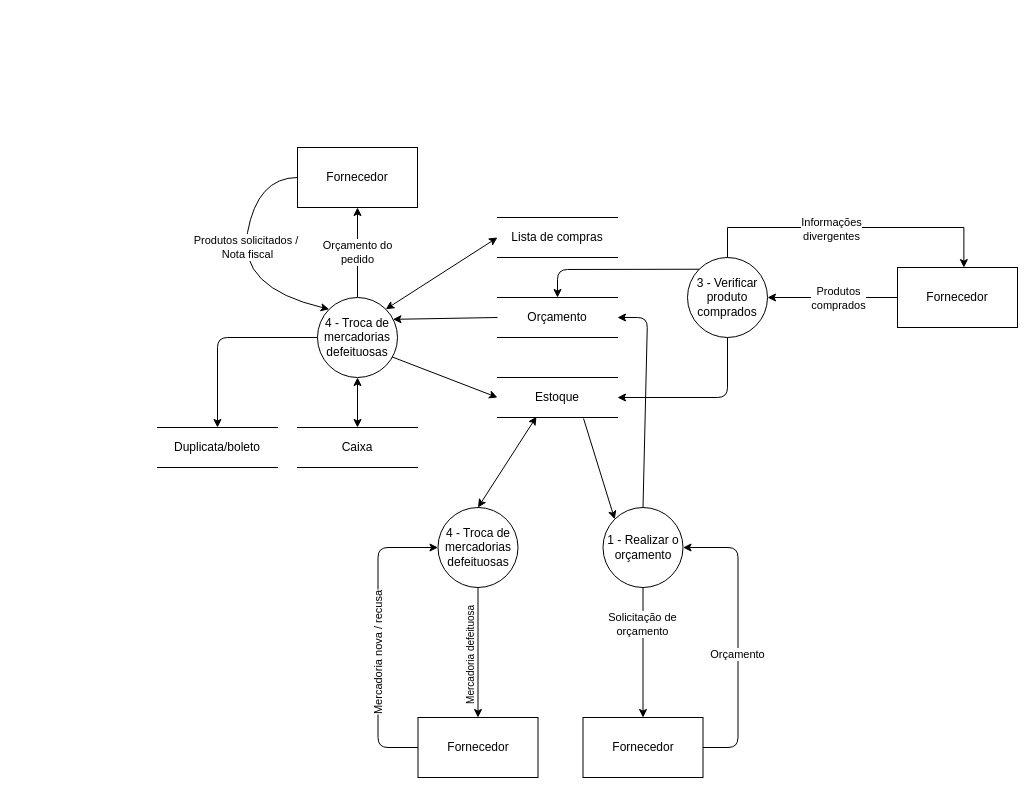
Before: docs/ARTEFATOS(15-23)/COMPRAS/COMPRAR_PRODUTOS/DFD_COMPRAR_PRODUTOS.drawio in Darienzo08/ope_ads, a draw.io diagram. Source tidied: cells renumbered, new cells numbered last; positions are measured from the earlier drawing's top-left corner, leaving out a move shared by most shapes. Both pictures are drawn from the tidied source at 100%, with x=0, y=0 at pixel (157, 147).
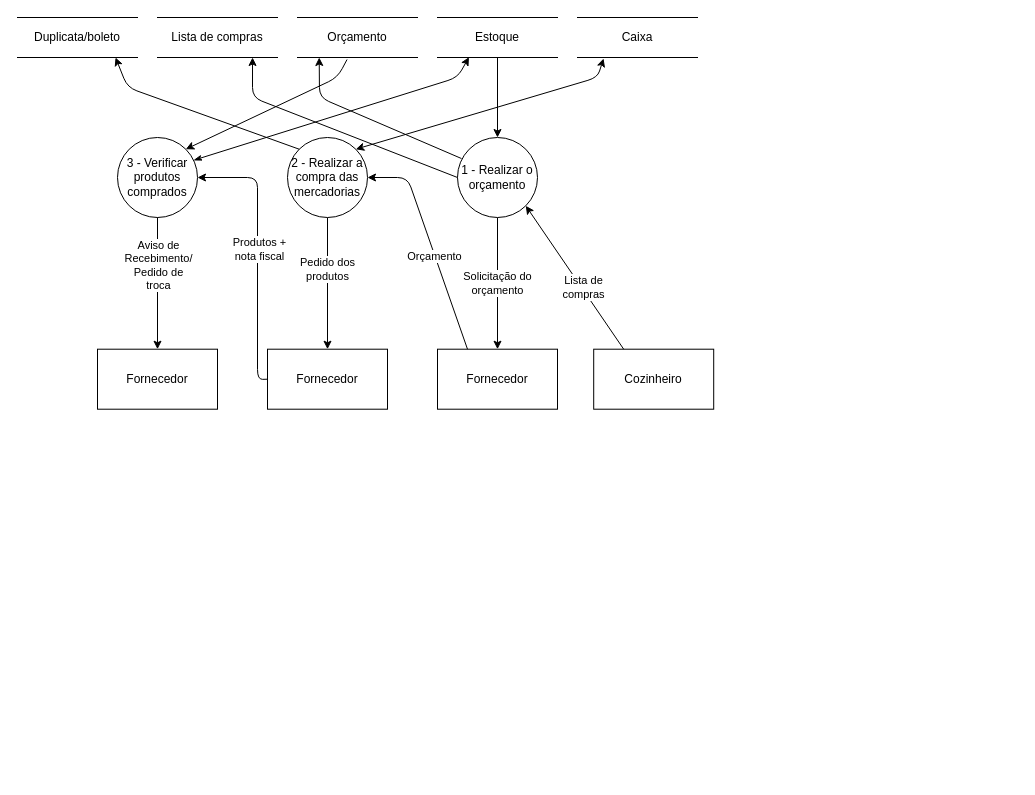
The same diagram, later.

Commit message (it also covers changes not shown here):
alteracao dfd e analise de eventos comprar produtos

Diff of the diagram source:
```diff
@@
-    <mxCell id="2" value="4 - Troca de mercadorias defeituosas" style="ellipse;whiteSpace=wrap;html=1;" parent="1" vertex="1">
-      <mxGeometry x="280.5" y="360" width="80" height="80" as="geometry" />
-    </mxCell>
+    <mxCell id="25" value="Lista de compras" style="shape=partialRectangle;whiteSpace=wrap;html=1;left=0;right=0;fillColor=none;" parent="1" vertex="1">
+      <mxGeometry y="-130" width="120" height="40" as="geometry" />
+    </mxCell>
+    <mxCell id="24" value="Orçamento" style="shape=partialRectangle;whiteSpace=wrap;html=1;left=0;right=0;fillColor=none;" parent="1" vertex="1">
+      <mxGeometry x="140" y="-130" width="120" height="40" as="geometry" />
+    </mxCell>
+    <mxCell id="22" style="edgeStyle=orthogonalEdgeStyle;rounded=0;jettySize=auto;html=1;" parent="1" edge="1" source="3" target="11">
+      <mxGeometry relative="1" as="geometry" />
+    </mxCell>
     <mxCell id="3" value="Estoque" style="shape=partialRectangle;whiteSpace=wrap;html=1;left=0;right=0;fillColor=none;" parent="1" vertex="1">
-      <mxGeometry x="340" y="230" width="120" height="40" as="geometry" />
+      <mxGeometry x="280" y="-130" width="120" height="40" as="geometry" />
     </mxCell>
-    <mxCell id="4" style="edgeStyle=orthogonalEdgeStyle;rounded=0;jettySize=auto;html=1;startArrow=classic;startFill=1;endArrow=none;endFill=0;entryX=0.5;entryY=1;entryDx=0;entryDy=0;" parent="1" edge="1" source="5" target="2">
-      <mxGeometry relative="1" as="geometry" />
-    </mxCell>
-    <mxCell id="5" value="Fornecedor" style="rounded=0;whiteSpace=wrap;html=1;" parent="1" vertex="1">
-      <mxGeometry x="260.5" y="570" width="120" height="60" as="geometry" />
-    </mxCell>
-    <mxCell id="6" value="Mercadoria defeituosa" style="text;html=1;strokeColor=none;fillColor=none;align=center;verticalAlign=middle;whiteSpace=wrap;rounded=0;rotation=-90;fontSize=10;" parent="1" vertex="1">
-      <mxGeometry x="260.5" y="490" width="105" height="35.8" as="geometry" />
-    </mxCell>
+    <mxCell id="8" value="Duplicata/boleto" style="shape=partialRectangle;whiteSpace=wrap;html=1;left=0;right=0;fillColor=none;" parent="1" vertex="1">
+      <mxGeometry x="-140" y="-130" width="120" height="40" as="geometry" />
+    </mxCell>
     <mxCell id="7" value="Caixa" style="shape=partialRectangle;whiteSpace=wrap;html=1;left=0;right=0;fillColor=none;" parent="1" vertex="1">
-      <mxGeometry x="140" y="280" width="120" height="40" as="geometry" />
+      <mxGeometry x="420" y="-130" width="120" height="40" as="geometry" />
     </mxCell>
-    <mxCell id="8" value="Duplicata/boleto" style="shape=partialRectangle;whiteSpace=wrap;html=1;left=0;right=0;fillColor=none;" parent="1" vertex="1">
-      <mxGeometry y="280" width="120" height="40" as="geometry" />
-    </mxCell>
-    <mxCell id="9" style="edgeStyle=orthogonalEdgeStyle;rounded=0;jettySize=auto;html=1;entryX=0.5;entryY=0;entryDx=0;entryDy=0;" parent="1" edge="1" source="11" target="19">
-      <mxGeometry relative="1" as="geometry" />
-    </mxCell>
-    <mxCell id="10" value="Solicitação de&lt;br&gt;orçamento" style="edgeLabel;html=1;align=center;verticalAlign=middle;" parent="9" vertex="1">
-      <mxGeometry x="-0.44" y="-1" relative="1" as="geometry" />
-    </mxCell>
+    <mxCell id="40" value="Solicitação do&lt;br&gt;orçamento" style="edgeStyle=orthogonalEdgeStyle;rounded=0;jettySize=auto;html=1;" parent="1" edge="1" source="11" target="45">
+      <mxGeometry relative="1" as="geometry" />
+    </mxCell>
     <mxCell id="11" value="1 - Realizar o&lt;br&gt;orçamento" style="ellipse;whiteSpace=wrap;html=1;" parent="1" vertex="1">
-      <mxGeometry x="445.5" y="360" width="80" height="80" as="geometry" />
+      <mxGeometry x="300" y="-10" width="80" height="80" as="geometry" />
     </mxCell>
-    <mxCell id="12" style="edgeStyle=orthogonalEdgeStyle;rounded=0;jettySize=auto;html=1;entryX=0.553;entryY=0.001;entryDx=0;entryDy=0;entryPerimeter=0;" parent="1" edge="1" source="14" target="28">
-      <mxGeometry relative="1" as="geometry">
-        <Array as="points">
-          <mxPoint x="570" y="80" />
-          <mxPoint x="806" y="80" />
-        </Array>
-      </mxGeometry>
-    </mxCell>
-    <mxCell id="13" value="Informações&lt;br&gt;divergentes" style="edgeLabel;html=1;align=center;verticalAlign=middle;" parent="12" vertex="1">
-      <mxGeometry x="-0.13" y="-1" relative="1" as="geometry" />
-    </mxCell>
-    <mxCell id="14" value="3 - Verificar&lt;br&gt;produto&lt;br&gt;comprados" style="ellipse;whiteSpace=wrap;html=1;" parent="1" vertex="1">
-      <mxGeometry x="530" y="110" width="80" height="80" as="geometry" />
-    </mxCell>
-    <mxCell id="15" value="Orçamento do&lt;br&gt;pedido" style="edgeStyle=orthogonalEdgeStyle;rounded=0;jettySize=auto;html=1;entryX=0.5;entryY=1;entryDx=0;entryDy=0;" parent="1" edge="1" source="17" target="18">
-      <mxGeometry relative="1" as="geometry" />
-    </mxCell>
-    <mxCell id="16" style="edgeStyle=orthogonalEdgeStyle;rounded=0;jettySize=auto;html=1;entryX=0.5;entryY=0;entryDx=0;entryDy=0;startArrow=classic;startFill=1;" parent="1" edge="1" source="17" target="7">
-      <mxGeometry relative="1" as="geometry" />
-    </mxCell>
-    <mxCell id="17" value="4 - Troca de mercadorias defeituosas" style="ellipse;whiteSpace=wrap;html=1;" parent="1" vertex="1">
-      <mxGeometry x="160" y="150" width="80" height="80" as="geometry" />
-    </mxCell>
-    <mxCell id="18" value="Fornecedor" style="rounded=0;whiteSpace=wrap;html=1;" parent="1" vertex="1">
-      <mxGeometry x="140" width="120" height="60" as="geometry" />
-    </mxCell>
-    <mxCell id="19" value="Fornecedor" style="rounded=0;whiteSpace=wrap;html=1;" parent="1" vertex="1">
-      <mxGeometry x="425.5" y="570" width="120" height="60" as="geometry" />
-    </mxCell>
-    <mxCell id="20" style="endArrow=classic;html=1;exitX=1;exitY=0.5;exitDx=0;exitDy=0;entryX=1;entryY=0.5;entryDx=0;entryDy=0;" parent="1" edge="1" source="19" target="11">
-      <mxGeometry relative="1" as="geometry">
-        <Array as="points">
-          <mxPoint x="580.5" y="600" />
-          <mxPoint x="580.5" y="400" />
-        </Array>
-      </mxGeometry>
-    </mxCell>
+    <mxCell id="41" value="Cozinheiro" style="rounded=0;whiteSpace=wrap;html=1;" parent="1" vertex="1">
+      <mxGeometry x="436.2" y="201.7" width="120" height="60" as="geometry" />
+    </mxCell>
+    <mxCell id="42" style="endArrow=classic;html=1;exitX=0.25;exitY=0;exitDx=0;exitDy=0;entryX=1;entryY=1;entryDx=0;entryDy=0;" parent="1" edge="1" source="41" target="11">
+      <mxGeometry relative="1" as="geometry" />
+    </mxCell>
+    <mxCell id="43" value="Lista de&lt;br&gt;compras" style="edgeLabel;html=1;align=center;verticalAlign=middle;" parent="42" vertex="1">
+      <mxGeometry x="0.26" y="1" relative="1" as="geometry">
+        <mxPoint x="21.6" y="26.9" as="offset" />
+      </mxGeometry>
+    </mxCell>
+    <mxCell id="44" style="endArrow=classic;html=1;entryX=0.792;entryY=1;entryDx=0;entryDy=0;entryPerimeter=0;exitX=0;exitY=0.5;exitDx=0;exitDy=0;" parent="1" edge="1" source="11" target="25">
+      <mxGeometry relative="1" as="geometry">
+        <Array as="points">
+          <mxPoint x="95" y="-50" />
+        </Array>
+      </mxGeometry>
+    </mxCell>
+    <mxCell id="37" style="endArrow=classic;html=1;entryX=0.181;entryY=1;entryDx=0;entryDy=0;entryPerimeter=0;exitX=0.05;exitY=0.263;exitDx=0;exitDy=0;exitPerimeter=0;" parent="1" edge="1" source="11" target="24">
+      <mxGeometry relative="1" as="geometry">
+        <Array as="points">
+          <mxPoint x="162" y="-50" />
+        </Array>
+      </mxGeometry>
+    </mxCell>
+    <mxCell id="45" value="Fornecedor" style="rounded=0;whiteSpace=wrap;html=1;" parent="1" vertex="1">
+      <mxGeometry x="280" y="201.7" width="120" height="60" as="geometry" />
+    </mxCell>
+    <mxCell id="46" style="endArrow=classic;html=1;entryX=1;entryY=0.5;entryDx=0;entryDy=0;exitX=0.25;exitY=0;exitDx=0;exitDy=0;" parent="1" edge="1" source="45" target="49">
+      <mxGeometry relative="1" as="geometry">
+        <Array as="points">
+          <mxPoint x="250" y="30" />
+          <mxPoint x="210" y="30" />
+        </Array>
+      </mxGeometry>
+    </mxCell>
-    <mxCell id="21" value="Orçamento" style="edgeLabel;html=1;align=center;verticalAlign=middle;" parent="20" vertex="1">
+    <mxCell id="21" value="Orçamento" style="edgeLabel;html=1;align=center;verticalAlign=middle;" parent="46" vertex="1">
       <mxGeometry x="-0.11" y="1" relative="1" as="geometry" />
     </mxCell>
-    <mxCell id="22" style="endArrow=classic;html=1;exitX=0.717;exitY=1.025;exitDx=0;exitDy=0;exitPerimeter=0;entryX=0;entryY=0;entryDx=0;entryDy=0;" parent="1" edge="1" source="3" target="11">
-      <mxGeometry relative="1" as="geometry" />
-    </mxCell>
-    <mxCell id="23" style="endArrow=classic;html=1;exitX=0.325;exitY=0.978;exitDx=0;exitDy=0;exitPerimeter=0;entryX=0.5;entryY=0;entryDx=0;entryDy=0;startArrow=classic;startFill=1;" parent="1" edge="1" source="3" target="2">
-      <mxGeometry relative="1" as="geometry" />
-    </mxCell>
-    <mxCell id="24" value="Orçamento" style="shape=partialRectangle;whiteSpace=wrap;html=1;left=0;right=0;fillColor=none;" parent="1" vertex="1">
-      <mxGeometry x="340" y="150" width="120" height="40" as="geometry" />
-    </mxCell>
-    <mxCell id="25" value="Lista de compras" style="shape=partialRectangle;whiteSpace=wrap;html=1;left=0;right=0;fillColor=none;" parent="1" vertex="1">
-      <mxGeometry x="340" y="70" width="120" height="40" as="geometry" />
-    </mxCell>
-    <mxCell id="26" style="edgeStyle=orthogonalEdgeStyle;rounded=0;jettySize=auto;html=1;entryX=1;entryY=0.5;entryDx=0;entryDy=0;" parent="1" edge="1" source="28" target="14">
-      <mxGeometry relative="1" as="geometry" />
-    </mxCell>
-    <mxCell id="27" value="Produtos&lt;br&gt;comprados" style="edgeLabel;html=1;align=center;verticalAlign=middle;" parent="26" vertex="1">
-      <mxGeometry x="0.31" y="2" relative="1" as="geometry">
-        <mxPoint x="25.5" y="-2" as="offset" />
-      </mxGeometry>
-    </mxCell>
-    <mxCell id="28" value="Fornecedor" style="rounded=0;whiteSpace=wrap;html=1;" parent="1" vertex="1">
-      <mxGeometry x="740" y="120" width="120" height="60" as="geometry" />
-    </mxCell>
-    <mxCell id="29" style="endArrow=classic;html=1;exitX=0;exitY=0.5;exitDx=0;exitDy=0;entryX=0;entryY=0.5;entryDx=0;entryDy=0;" parent="1" edge="1" source="5" target="2">
-      <mxGeometry relative="1" as="geometry">
-        <Array as="points">
-          <mxPoint x="220.5" y="600" />
-          <mxPoint x="220.5" y="400" />
-        </Array>
-      </mxGeometry>
-    </mxCell>
-    <mxCell id="30" value="Mercadoria nova / recusa" style="edgeLabel;html=1;align=center;verticalAlign=middle;rotation=-90;" parent="29" vertex="1">
-      <mxGeometry x="-0.11" y="1" relative="1" as="geometry" />
-    </mxCell>
-    <mxCell id="31" style="endArrow=classic;html=1;exitX=0;exitY=0.5;exitDx=0;exitDy=0;entryX=0.5;entryY=0;entryDx=0;entryDy=0;" parent="1" edge="1" source="17" target="8">
-      <mxGeometry relative="1" as="geometry">
-        <Array as="points">
-          <mxPoint x="60" y="190" />
-        </Array>
-      </mxGeometry>
-    </mxCell>
-    <mxCell id="32" style="curved=1;endArrow=classic;html=1;entryX=0;entryY=0;entryDx=0;entryDy=0;" parent="1" edge="1" target="17">
-      <mxGeometry relative="1" as="geometry">
-        <mxPoint x="140" y="30" as="sourcePoint" />
-        <Array as="points">
-          <mxPoint x="100" y="30" />
-          <mxPoint x="80" y="140" />
-        </Array>
-      </mxGeometry>
-    </mxCell>
-    <mxCell id="33" value="Produtos solicitados /&amp;nbsp;&lt;br&gt;Nota fiscal" style="edgeLabel;html=1;align=center;verticalAlign=middle;" parent="32" vertex="1">
-      <mxGeometry x="-0.3" y="-1" relative="1" as="geometry">
-        <mxPoint x="-0.8" y="24.9" as="offset" />
-      </mxGeometry>
-    </mxCell>
-    <mxCell id="34" style="endArrow=classic;html=1;exitX=1;exitY=0;exitDx=0;exitDy=0;entryX=0;entryY=0.5;entryDx=0;entryDy=0;startArrow=classic;startFill=1;" parent="1" edge="1" source="17" target="25">
-      <mxGeometry relative="1" as="geometry" />
-    </mxCell>
-    <mxCell id="35" style="endArrow=classic;html=1;exitX=0;exitY=0.5;exitDx=0;exitDy=0;entryX=0.943;entryY=0.273;entryDx=0;entryDy=0;entryPerimeter=0;" parent="1" edge="1" source="24" target="17">
-      <mxGeometry relative="1" as="geometry" />
-    </mxCell>
-    <mxCell id="36" style="endArrow=classic;html=1;exitX=0.931;exitY=0.742;exitDx=0;exitDy=0;entryX=0;entryY=0.5;entryDx=0;entryDy=0;exitPerimeter=0;" parent="1" edge="1" source="17" target="3">
-      <mxGeometry relative="1" as="geometry" />
-    </mxCell>
-    <mxCell id="37" style="endArrow=classic;html=1;exitX=0.5;exitY=0;exitDx=0;exitDy=0;entryX=1;entryY=0.5;entryDx=0;entryDy=0;" parent="1" edge="1" source="11" target="24">
-      <mxGeometry relative="1" as="geometry">
-        <Array as="points">
-          <mxPoint x="490" y="170" />
-        </Array>
-      </mxGeometry>
-    </mxCell>
-    <mxCell id="38" style="endArrow=classic;html=1;entryX=1;entryY=0.5;entryDx=0;entryDy=0;exitX=0.5;exitY=1;exitDx=0;exitDy=0;" parent="1" edge="1" source="14" target="3">
-      <mxGeometry relative="1" as="geometry">
-        <Array as="points">
-          <mxPoint x="570" y="250" />
-        </Array>
-      </mxGeometry>
-    </mxCell>
-    <mxCell id="39" style="endArrow=classic;html=1;entryX=0.5;entryY=0;entryDx=0;entryDy=0;exitX=0;exitY=0;exitDx=0;exitDy=0;" parent="1" edge="1" source="14" target="24">
-      <mxGeometry relative="1" as="geometry">
-        <Array as="points">
-          <mxPoint x="400" y="122" />
-        </Array>
-      </mxGeometry>
-    </mxCell>
+    <mxCell id="47" style="edgeStyle=orthogonalEdgeStyle;rounded=0;jettySize=auto;html=1;entryX=0.5;entryY=0;entryDx=0;entryDy=0;" parent="1" edge="1" source="49" target="50">
+      <mxGeometry relative="1" as="geometry" />
+    </mxCell>
+    <mxCell id="48" value="Pedido dos&lt;br&gt;produtos" style="edgeLabel;html=1;align=center;verticalAlign=middle;" parent="47" vertex="1">
+      <mxGeometry x="-0.22" y="-1" relative="1" as="geometry" />
+    </mxCell>
+    <mxCell id="49" value="2 - Realizar a compra das mercadorias" style="ellipse;whiteSpace=wrap;html=1;" parent="1" vertex="1">
+      <mxGeometry x="130" y="-10" width="80" height="80" as="geometry" />
+    </mxCell>
+    <mxCell id="50" value="Fornecedor" style="rounded=0;whiteSpace=wrap;html=1;" parent="1" vertex="1">
+      <mxGeometry x="110" y="201.7" width="120" height="60" as="geometry" />
+    </mxCell>
+    <mxCell id="51" style="endArrow=classic;html=1;exitX=0;exitY=0.5;exitDx=0;exitDy=0;entryX=1;entryY=0.5;entryDx=0;entryDy=0;" parent="1" edge="1" source="50" target="55">
+      <mxGeometry relative="1" as="geometry">
+        <Array as="points">
+          <mxPoint x="100" y="232" />
+          <mxPoint x="100" y="30" />
+        </Array>
+      </mxGeometry>
+    </mxCell>
+    <mxCell id="52" value="Produtos +&lt;br&gt;nota fiscal" style="edgeLabel;html=1;align=center;verticalAlign=middle;" parent="51" vertex="1">
+      <mxGeometry x="0.27" y="-1" relative="1" as="geometry">
+        <mxPoint y="32" as="offset" />
+      </mxGeometry>
+    </mxCell>
+    <mxCell id="53" style="endArrow=classic;html=1;exitX=1;exitY=0;exitDx=0;exitDy=0;entryX=0.217;entryY=1.025;entryDx=0;entryDy=0;entryPerimeter=0;startArrow=classic;startFill=1;" parent="1" edge="1" source="49" target="7">
+      <mxGeometry relative="1" as="geometry">
+        <Array as="points">
+          <mxPoint x="440" y="-70" />
+        </Array>
+      </mxGeometry>
+    </mxCell>
+    <mxCell id="54" style="endArrow=classic;html=1;entryX=0.817;entryY=1;entryDx=0;entryDy=0;entryPerimeter=0;exitX=0;exitY=0;exitDx=0;exitDy=0;" parent="1" edge="1" source="49" target="8">
+      <mxGeometry relative="1" as="geometry">
+        <Array as="points">
+          <mxPoint x="-30" y="-60" />
+        </Array>
+      </mxGeometry>
+    </mxCell>
+    <mxCell id="55" value="3 - Verificar&lt;br&gt;produtos&lt;br&gt;comprados" style="ellipse;whiteSpace=wrap;html=1;" parent="1" vertex="1">
+      <mxGeometry x="-40" y="-10" width="80" height="80" as="geometry" />
+    </mxCell>
+    <mxCell id="56" value="Fornecedor" style="rounded=0;whiteSpace=wrap;html=1;" parent="1" vertex="1">
+      <mxGeometry x="-60" y="201.7" width="120" height="60" as="geometry" />
+    </mxCell>
+    <mxCell id="57" style="endArrow=classic;html=1;exitX=0.413;exitY=1.05;exitDx=0;exitDy=0;entryX=1;entryY=0;entryDx=0;entryDy=0;exitPerimeter=0;" parent="1" edge="1" source="24" target="55">
+      <mxGeometry relative="1" as="geometry">
+        <Array as="points">
+          <mxPoint x="180" y="-70" />
+        </Array>
+      </mxGeometry>
+    </mxCell>
+    <mxCell id="58" style="endArrow=classic;html=1;exitX=0.95;exitY=0.285;exitDx=0;exitDy=0;exitPerimeter=0;entryX=0.262;entryY=0.992;entryDx=0;entryDy=0;entryPerimeter=0;startArrow=classicThin;startFill=1;" parent="1" edge="1" source="55" target="3">
+      <mxGeometry relative="1" as="geometry">
+        <Array as="points">
+          <mxPoint x="300" y="-70" />
+        </Array>
+      </mxGeometry>
+    </mxCell>
+    <mxCell id="59" style="endArrow=classic;html=1;exitX=0.5;exitY=1;exitDx=0;exitDy=0;entryX=0.5;entryY=0;entryDx=0;entryDy=0;" parent="1" edge="1" source="55" target="56">
+      <mxGeometry relative="1" as="geometry" />
+    </mxCell>
+    <mxCell id="60" value="Aviso de&lt;br&gt;Recebimento/&lt;br&gt;Pedido de&lt;br&gt;troca" style="edgeLabel;html=1;align=center;verticalAlign=middle;" parent="59" vertex="1">
+      <mxGeometry x="-0.28" relative="1" as="geometry" />
+    </mxCell>
```
